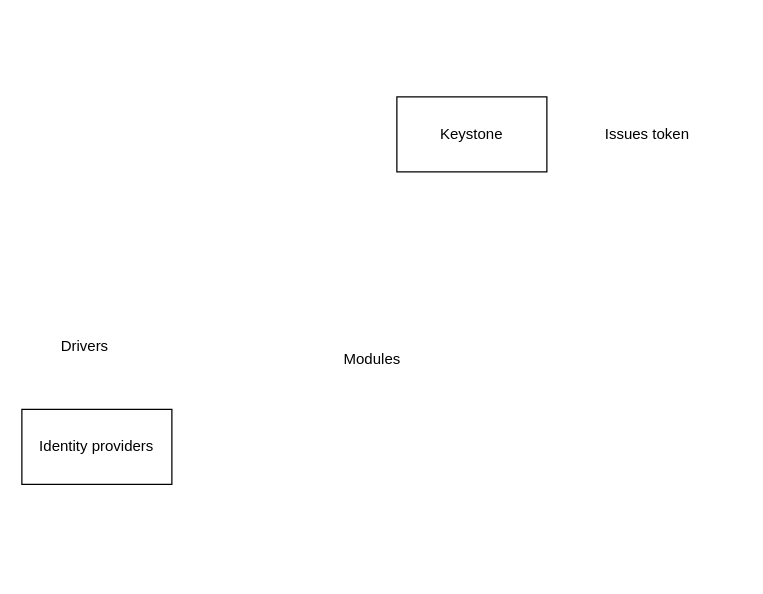
The draw.io diagram page "Keystone" (7 of 11) of content/en/docs/cloud/openstack/openstack.drawio in rakesh-core-org/knowledge-base, before the edit. Source tidied: cells renumbered, new cells numbered last; positions are measured from the earlier drawing's top-left corner, leaving out a move shared by most shapes. Both pictures are drawn from the tidied source at 125%, with x=0, y=0 at pixel (21, 96).
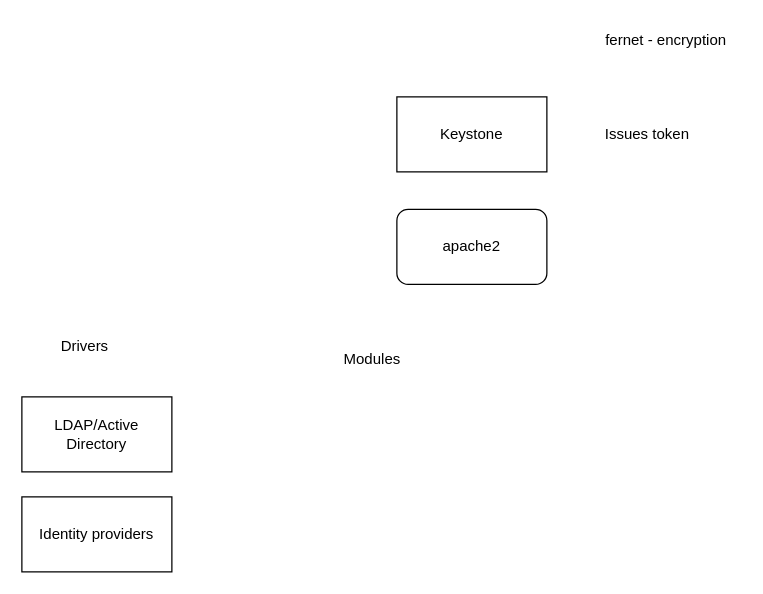
Above is the later version.

Diff of the diagram source:
```diff
@@
 <mxGraphModel>
   <root>
     <mxCell id="0" />
     <mxCell id="1" parent="0" />
     <mxCell id="2" value="Keystone" style="rounded=0;whiteSpace=wrap;html=1;" parent="1" vertex="1">
       <mxGeometry x="300" width="120" height="60" as="geometry" />
     </mxCell>
     <mxCell id="3" value="Identity providers" style="rounded=0;whiteSpace=wrap;html=1;" parent="1" vertex="1">
-      <mxGeometry y="250" width="120" height="60" as="geometry" />
+      <mxGeometry y="320" width="120" height="60" as="geometry" />
     </mxCell>
     <mxCell id="4" value="Issues token" style="text;html=1;align=center;verticalAlign=middle;strokeColor=none;fillColor=none;" parent="1" vertex="1">
       <mxGeometry x="455" y="15" width="90" height="30" as="geometry" />
     </mxCell>
     <mxCell id="5" value="Drivers" style="text;html=1;align=center;verticalAlign=middle;strokeColor=none;fillColor=none;" parent="1" vertex="1">
       <mxGeometry x="20" y="185" width="60" height="30" as="geometry" />
     </mxCell>
     <mxCell id="6" value="Modules" style="text;html=1;align=center;verticalAlign=middle;strokeColor=none;fillColor=none;" parent="1" vertex="1">
       <mxGeometry x="245" y="195" width="70" height="30" as="geometry" />
     </mxCell>
+    <mxCell id="7" value="LDAP/Active Directory" style="rounded=0;whiteSpace=wrap;html=1;" parent="1" vertex="1">
+      <mxGeometry y="240" width="120" height="60" as="geometry" />
+    </mxCell>
+    <mxCell id="8" value="fernet - encryption" style="text;html=1;align=center;verticalAlign=middle;strokeColor=none;fillColor=none;" parent="1" vertex="1">
+      <mxGeometry x="455" y="-60" width="120" height="30" as="geometry" />
+    </mxCell>
+    <mxCell id="9" value="apache2" style="rounded=1;whiteSpace=wrap;html=1;" parent="1" vertex="1">
+      <mxGeometry x="300" y="90" width="120" height="60" as="geometry" />
+    </mxCell>
   </root>
 </mxGraphModel>
```
